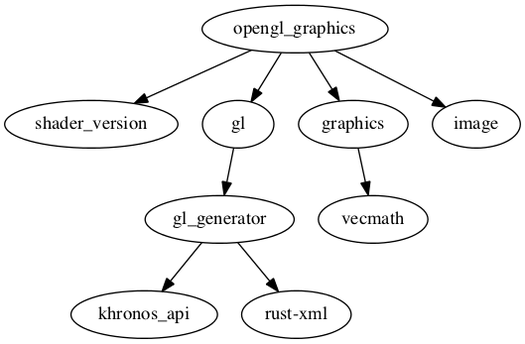
Above: Cargo.png in PistonDevelopers/opengl_graphics (Graphviz), before the change. Its source is kept beside it as Cargo.dot.
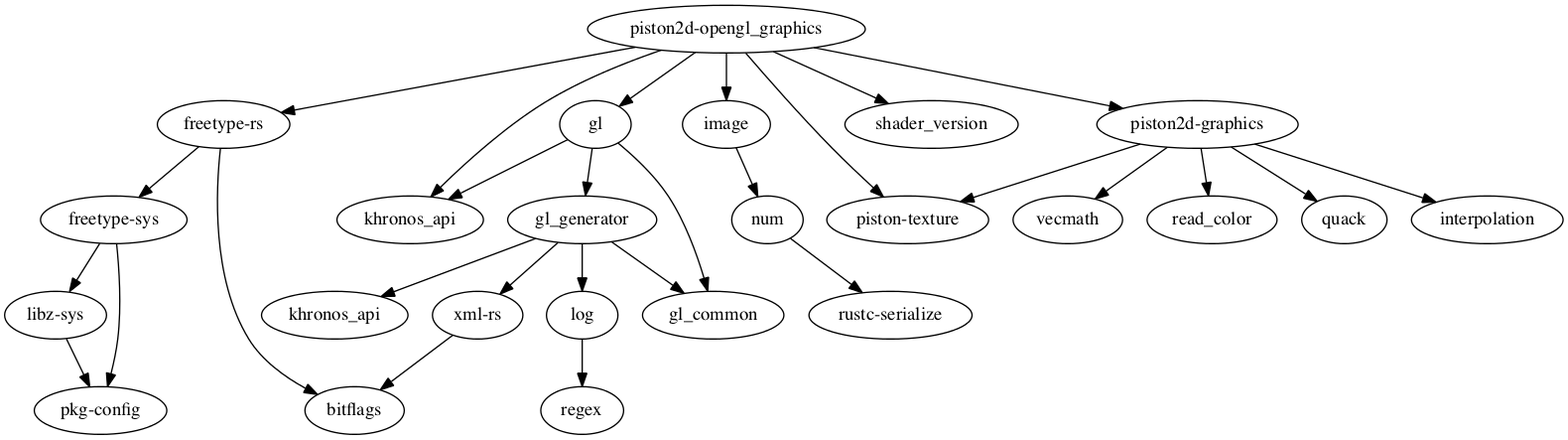
The same file after the commit.

Change to the diagram source:
```diff
@@ -1,19 +1,54 @@
-digraph example3 {
-    N0[label="opengl_graphics"];
-    N1[label="shader_version"];
-    N2[label="gl"];
-    N3[label="gl_generator"];
-    N4[label="khronos_api"];
-    N5[label="graphics"];
-    N6[label="vecmath"];
-    N7[label="rust-xml"];
-    N8[label="image"];
-    N2 -> N3[label=""];
-    N5 -> N6[label=""];
-    N3 -> N4[label=""];
+digraph dependencies {
+    N0[label="piston2d-opengl_graphics"];
+    N1[label="freetype-rs"];
+    N2[label="bitflags"];
+    N3[label="freetype-sys"];
+    N4[label="num"];
+    N5[label="rustc-serialize"];
+    N6[label="read_color"];
+    N7[label="pkg-config"];
+    N8[label="gl"];
+    N9[label="khronos_api"];
+    N10[label="gl_common"];
+    N11[label="gl_generator"];
+    N12[label="image"];
+    N13[label="xml-rs"];
+    N14[label="khronos_api"];
+    N15[label="log"];
+    N16[label="piston-texture"];
+    N17[label="shader_version"];
+    N18[label="piston2d-graphics"];
+    N19[label="quack"];
+    N20[label="interpolation"];
+    N21[label="vecmath"];
+    N22[label="regex"];
+    N23[label="libz-sys"];
+    N1 -> N2[label=""];
+    N1 -> N3[label=""];
+    N4 -> N5[label=""];
+    N8 -> N9[label=""];
+    N8 -> N10[label=""];
+    N8 -> N11[label=""];
+    N12 -> N4[label=""];
+    N11 -> N13[label=""];
+    N11 -> N14[label=""];
+    N11 -> N10[label=""];
+    N11 -> N15[label=""];
+    N0 -> N16[label=""];
+    N0 -> N17[label=""];
+    N0 -> N9[label=""];
+    N0 -> N1[label=""];
+    N0 -> N12[label=""];
+    N0 -> N18[label=""];
+    N0 -> N8[label=""];
+    N18 -> N19[label=""];
+    N18 -> N20[label=""];
+    N18 -> N16[label=""];
+    N18 -> N21[label=""];
+    N18 -> N6[label=""];
+    N15 -> N22[label=""];
+    N23 -> N7[label=""];
+    N13 -> N2[label=""];
+    N3 -> N23[label=""];
     N3 -> N7[label=""];
-    N0 -> N5[label=""];
-    N0 -> N2[label=""];
-    N0 -> N8[label=""];
-    N0 -> N1[label=""];
 }
```
